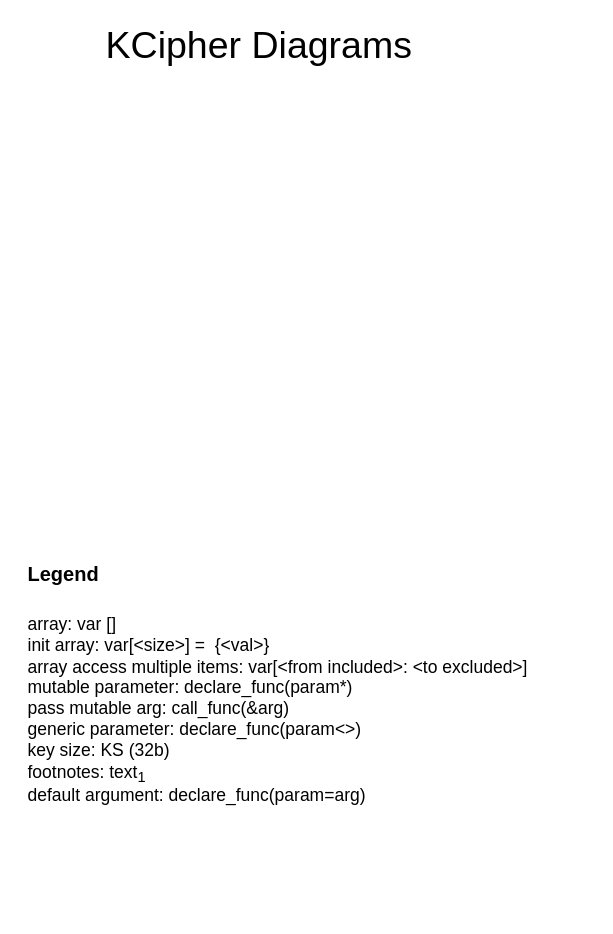
Earlier version of the draw.io diagram page "Page-1" (1 of 12) of diagrams.drawio (KarelChanivecky/Ciphramework). Source tidied: cells renumbered, new cells numbered last; positions are measured from the earlier drawing's top-left corner, leaving out a move shared by most shapes. Both pictures are drawn from the tidied source at 125%, with x=0, y=0 at pixel (21, 25).
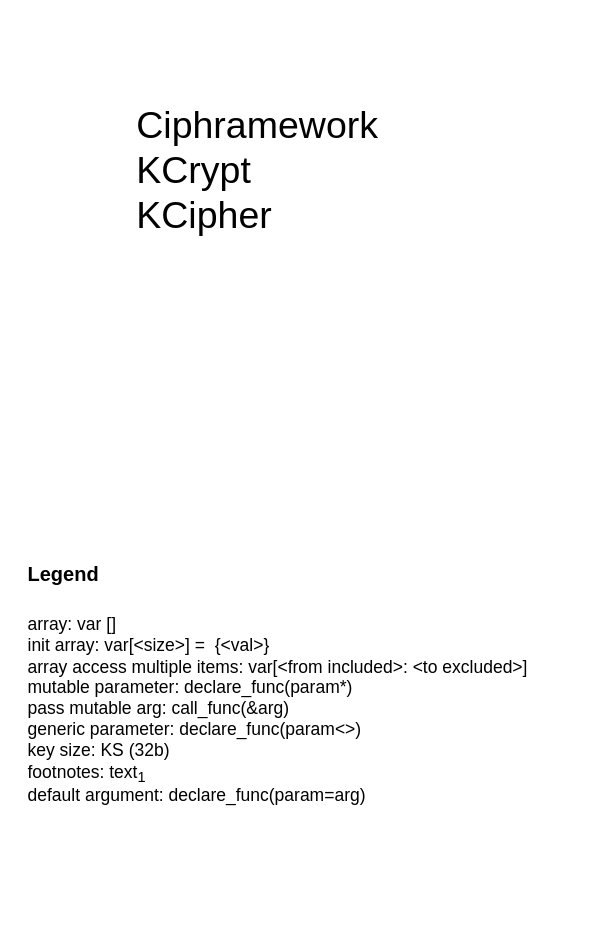
After the change.

The edit, as a diff of the source:
```diff
@@
 <mxGraphModel>
   <root>
     <mxCell id="0" />
     <mxCell id="1" parent="0" />
-    <mxCell id="2" value="KCipher Diagrams" style="text;html=1;strokeColor=none;fillColor=none;align=center;verticalAlign=middle;whiteSpace=wrap;rounded=0;fontSize=30;" parent="1" vertex="1">
-      <mxGeometry x="55" width="270" height="30" as="geometry" />
+    <mxCell id="2" value="Ciphramework&lt;br&gt;KCrypt&lt;br&gt;KCipher" style="text;html=1;strokeColor=none;fillColor=none;align=left;verticalAlign=middle;whiteSpace=wrap;rounded=0;fontSize=30;" parent="1" vertex="1">
+      <mxGeometry x="90" y="45" width="200" height="140" as="geometry" />
     </mxCell>
     <mxCell id="3" value="&lt;h1&gt;&lt;font style=&quot;font-size: 16px;&quot;&gt;Legend&lt;/font&gt;&lt;/h1&gt;&lt;p&gt;array: var []&lt;br&gt;init array: var[&amp;lt;size&amp;gt;] =&amp;nbsp; {&amp;lt;val&amp;gt;}&lt;br&gt;array access multiple items: var[&amp;lt;from included&amp;gt;: &amp;lt;to excluded&amp;gt;]&lt;br&gt;mutable parameter: declare_func(param*)&lt;br&gt;pass mutable arg: call_func(&amp;amp;arg)&lt;br&gt;generic parameter: declare_func(param&amp;lt;&amp;gt;)&lt;br&gt;key size: KS (32b)&lt;br&gt;footnotes: text&lt;sub&gt;1&lt;br&gt;&lt;/sub&gt;default argument: declare_func(param=arg)&amp;nbsp;&lt;span style=&quot;font-size: 11.6667px;&quot;&gt;&lt;sub&gt;&lt;br&gt;&lt;/sub&gt;&lt;/span&gt;&lt;/p&gt;&lt;p style=&quot;text-align: center;&quot;&gt;&lt;span style=&quot;font-size: 10px;&quot;&gt;&lt;sub&gt;&lt;br&gt;&lt;/sub&gt;&lt;/span&gt;&lt;/p&gt;" style="text;html=1;strokeColor=none;fillColor=none;spacing=5;spacingTop=-20;whiteSpace=wrap;overflow=hidden;rounded=0;fontSize=14;" parent="1" vertex="1">
       <mxGeometry y="410" width="456" height="300" as="geometry" />
     </mxCell>
   </root>
 </mxGraphModel>
```
